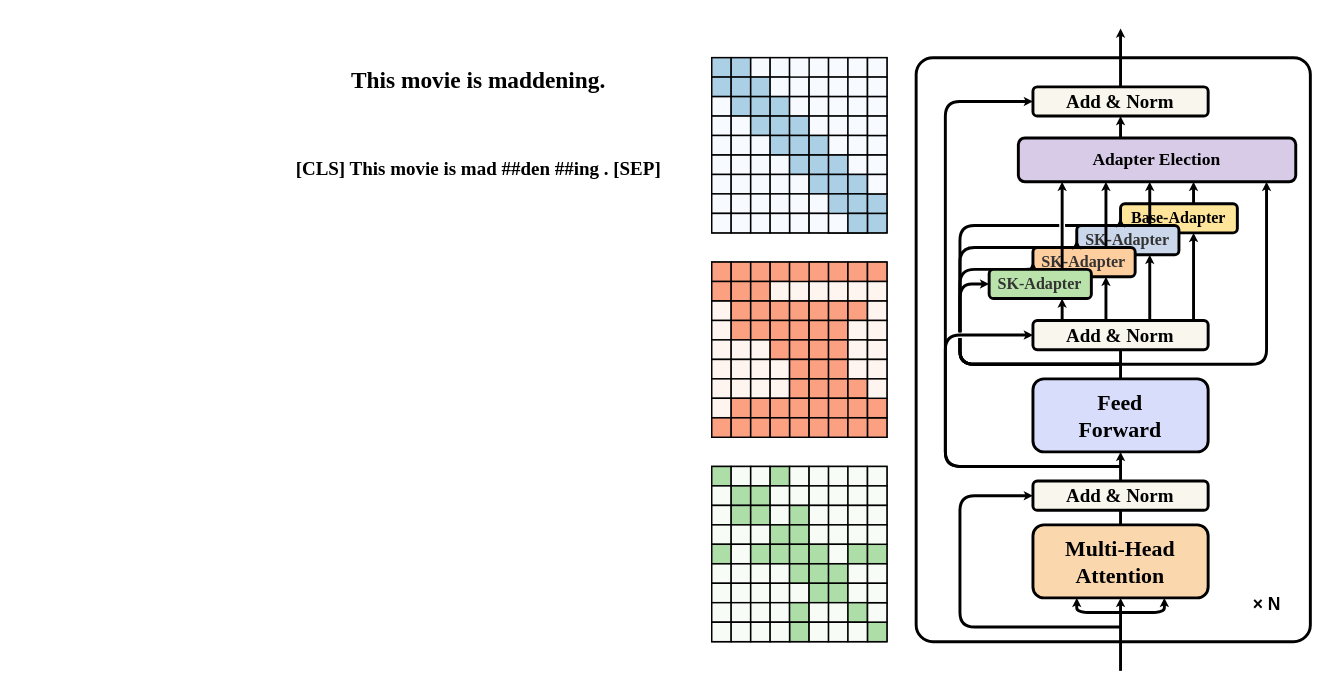
Before: 未命名绘图.drawio in Wiselnn570/dialogue-system, a draw.io diagram. Source tidied: cells renumbered, new cells numbered last; positions are measured from the earlier drawing's top-left corner, leaving out a move shared by most shapes. Both pictures are drawn from the tidied source at 146%, with x=0, y=0 at pixel (280, 28).
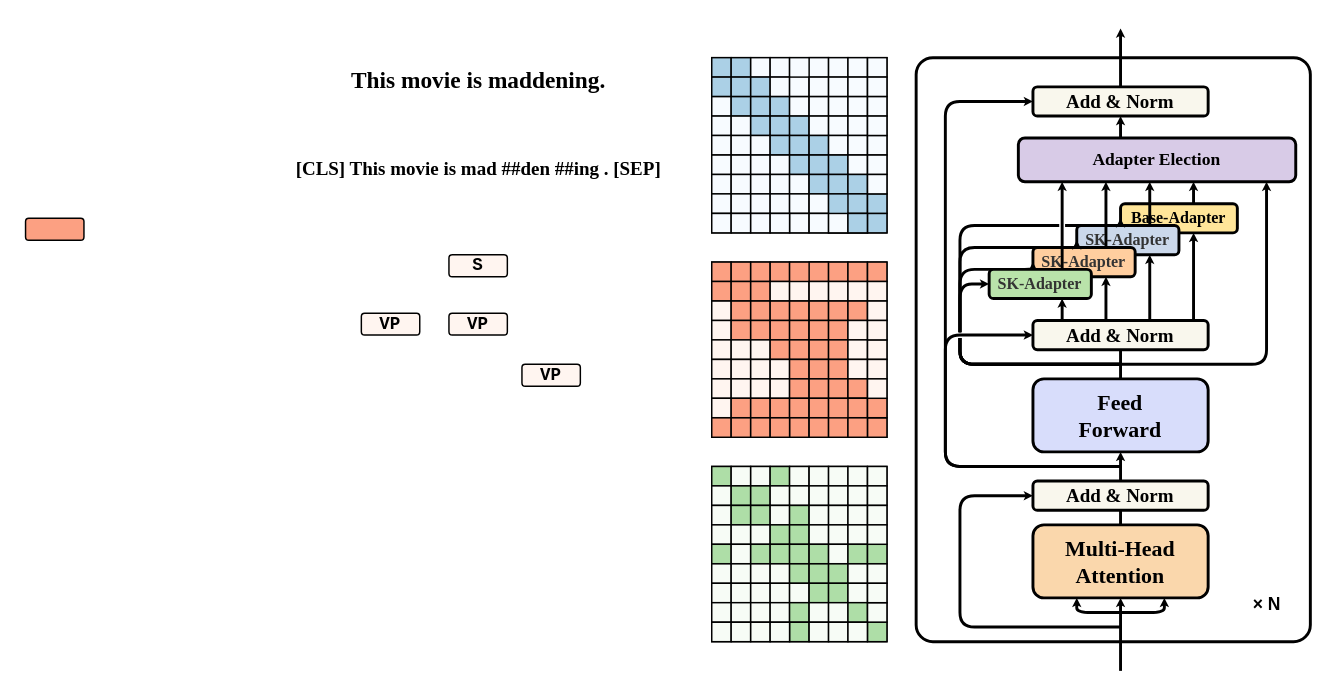
After the change.

Commit message (it also covers changes not shown here):
更新未命名绘图.drawio

Change to the diagram source:
```diff
@@
+    <mxCell id="286" value="S" style="whiteSpace=wrap;html=1;strokeWidth=1;fillColor=#fff5f0;strokeColor=#000000;rotation=0;rounded=1;fontFamily=Courier New;fontStyle=1;" parent="1" vertex="1">
+      <mxGeometry x="115" y="155" width="40" height="15" as="geometry" />
+    </mxCell>
+    <mxCell id="287" style="whiteSpace=wrap;html=1;strokeWidth=1;fillColor=#fca082;strokeColor=#000000;rounded=1;rotation=0;" parent="1" vertex="1">
+      <mxGeometry x="-175" y="130" width="40" height="15" as="geometry" />
+    </mxCell>
+    <mxCell id="288" value="VP" style="whiteSpace=wrap;html=1;strokeWidth=1;fillColor=#fff5f0;strokeColor=#000000;rotation=0;rounded=1;fontFamily=Courier New;fontStyle=1;" parent="1" vertex="1">
+      <mxGeometry x="55" y="195" width="40" height="15" as="geometry" />
+    </mxCell>
+    <mxCell id="289" value="VP" style="whiteSpace=wrap;html=1;strokeWidth=1;fillColor=#fff5f0;strokeColor=#000000;rotation=0;rounded=1;fontFamily=Courier New;fontStyle=1;" parent="1" vertex="1">
+      <mxGeometry x="115" y="195" width="40" height="15" as="geometry" />
+    </mxCell>
+    <mxCell id="290" value="VP" style="whiteSpace=wrap;html=1;strokeWidth=1;fillColor=#fff5f0;strokeColor=#000000;rotation=0;rounded=1;fontFamily=Courier New;fontStyle=1;" parent="1" vertex="1">
+      <mxGeometry x="165" y="230" width="40" height="15" as="geometry" />
+    </mxCell>
```
